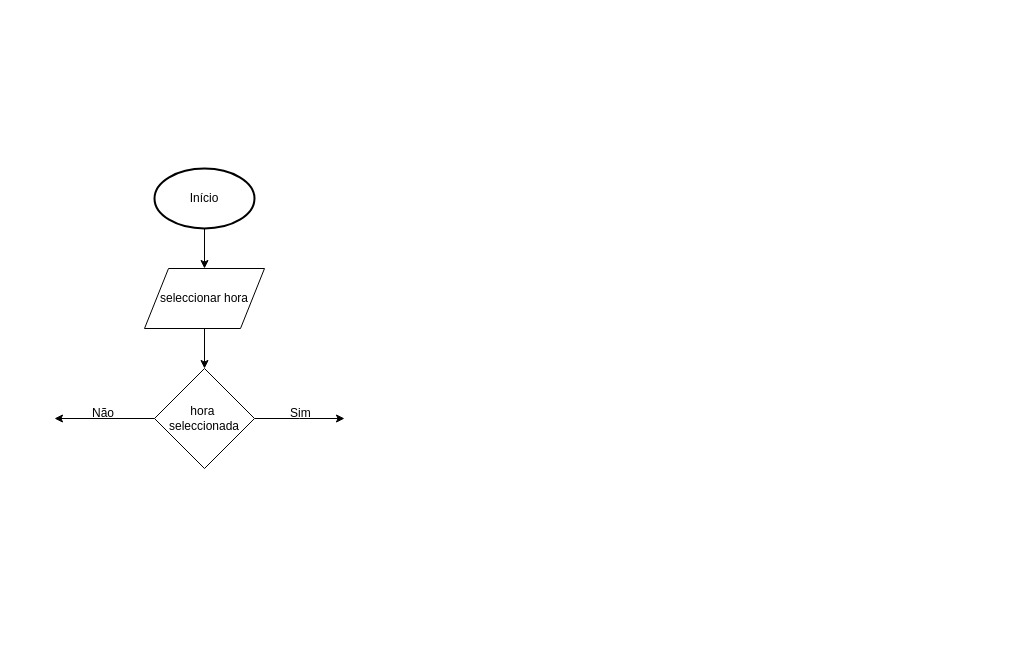
The draw.io diagram projeto/Docs/Fluxograma - Cálculo de horas disponíveis para entrevista.drawio in blestonbandeira/grs, before the edit. Source tidied: cells renumbered, new cells numbered last; positions are measured from the earlier drawing's top-left corner, leaving out a move shared by most shapes. Both pictures are drawn from the tidied source at 100%, with x=0, y=0 at pixel (54, 168).
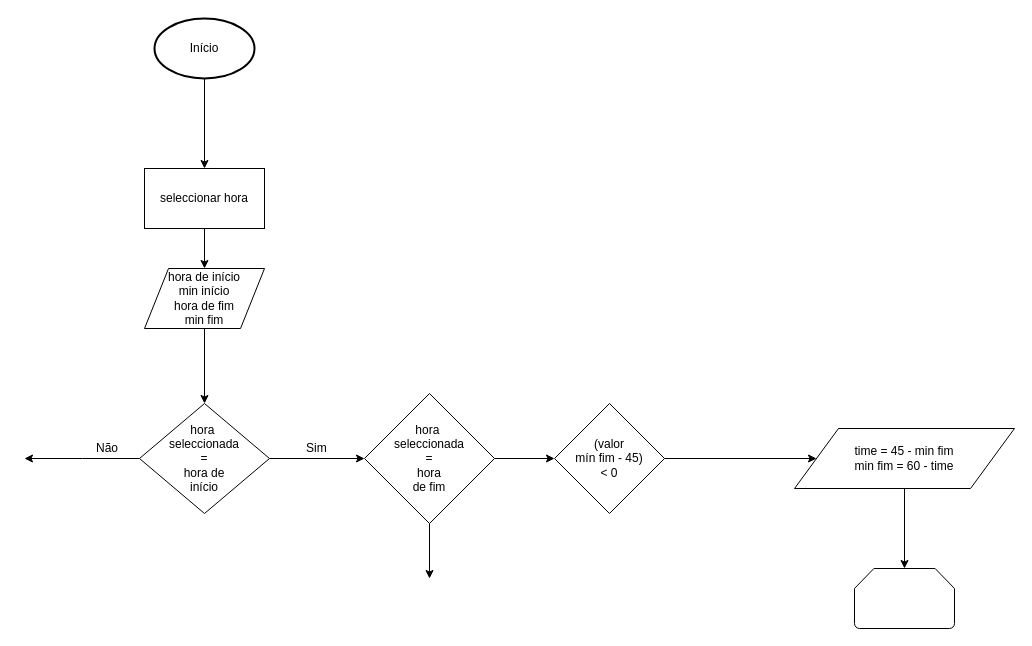
The same page after the edit.

The edit, as a diff of the source:
```diff
@@
-    <mxCell id="2" style="edgeStyle=orthogonalEdgeStyle;rounded=0;jettySize=auto;html=1;exitX=0.5;exitY=1;exitDx=0;exitDy=0;exitPerimeter=0;" parent="1" edge="1" source="3" target="5">
+    <mxCell id="2" style="edgeStyle=orthogonalEdgeStyle;rounded=0;jettySize=auto;html=1;exitX=0.5;exitY=1;exitDx=0;exitDy=0;exitPerimeter=0;entryX=0.5;entryY=0;entryDx=0;entryDy=0;" parent="1" edge="1" source="3" target="20">
       <mxGeometry relative="1" as="geometry" />
     </mxCell>
     <mxCell id="3" value="Início" style="strokeWidth=2;html=1;shape=mxgraph.flowchart.start_1;whiteSpace=wrap;" parent="1" vertex="1">
-      <mxGeometry x="100" width="100" height="60" as="geometry" />
+      <mxGeometry x="100" y="-150" width="100" height="60" as="geometry" />
     </mxCell>
@@
-    <mxCell id="5" value="seleccionar hora" style="shape=parallelogram;perimeter=parallelogramPerimeter;whiteSpace=wrap;html=1;" parent="1" vertex="1">
+    <mxCell id="5" value="hora de início&lt;br&gt;min início&lt;br&gt;hora de fim&lt;br&gt;min fim" style="shape=parallelogram;perimeter=parallelogramPerimeter;whiteSpace=wrap;html=1;" parent="1" vertex="1">
       <mxGeometry x="90" y="100" width="120" height="60" as="geometry" />
     </mxCell>
-    <mxCell id="6" style="edgeStyle=orthogonalEdgeStyle;rounded=0;jettySize=auto;html=1;" parent="1" edge="1" source="8">
-      <mxGeometry relative="1" as="geometry">
-        <mxPoint y="250" as="targetPoint" />
-      </mxGeometry>
-    </mxCell>
-    <mxCell id="7" style="edgeStyle=orthogonalEdgeStyle;rounded=0;jettySize=auto;html=1;" parent="1" edge="1" source="8">
-      <mxGeometry relative="1" as="geometry">
-        <mxPoint x="290" y="250" as="targetPoint" />
-      </mxGeometry>
+    <mxCell id="7" style="edgeStyle=orthogonalEdgeStyle;rounded=0;jettySize=auto;html=1;entryX=0;entryY=0.5;entryDx=0;entryDy=0;" parent="1" edge="1" source="8" target="14">
+      <mxGeometry relative="1" as="geometry" />
     </mxCell>
+    <mxCell id="11" style="edgeStyle=orthogonalEdgeStyle;rounded=0;jettySize=auto;html=1;" parent="1" edge="1" source="8">
+      <mxGeometry relative="1" as="geometry">
+        <mxPoint x="-30" y="290" as="targetPoint" />
+      </mxGeometry>
+    </mxCell>
-    <mxCell id="8" value="hora&amp;nbsp;&lt;br&gt;seleccionada" style="rhombus;whiteSpace=wrap;html=1;" parent="1" vertex="1">
-      <mxGeometry x="100" y="200" width="100" height="100" as="geometry" />
+    <mxCell id="8" value="hora&amp;nbsp;&lt;br&gt;seleccionada &lt;br&gt;=&lt;br&gt;hora de &lt;br&gt;início" style="rhombus;whiteSpace=wrap;html=1;" parent="1" vertex="1">
+      <mxGeometry x="85" y="235" width="130" height="110" as="geometry" />
     </mxCell>
     <mxCell id="9" value="Não" style="text;html=1;align=left;verticalAlign=top;spacingTop=-4;" parent="1" vertex="1">
-      <mxGeometry x="36" y="235" width="40" height="20" as="geometry" />
+      <mxGeometry x="40" y="270" width="40" height="20" as="geometry" />
     </mxCell>
     <mxCell id="10" value="Sim" style="text;html=1;align=left;verticalAlign=top;spacingTop=-4;" parent="1" vertex="1">
-      <mxGeometry x="234" y="235" width="40" height="20" as="geometry" />
+      <mxGeometry x="250" y="270" width="40" height="20" as="geometry" />
     </mxCell>
+    <mxCell id="12" style="edgeStyle=orthogonalEdgeStyle;rounded=0;jettySize=auto;html=1;" parent="1" edge="1" source="14">
+      <mxGeometry relative="1" as="geometry">
+        <mxPoint x="375" y="410" as="targetPoint" />
+      </mxGeometry>
+    </mxCell>
+    <mxCell id="13" style="edgeStyle=orthogonalEdgeStyle;rounded=0;jettySize=auto;html=1;entryX=0;entryY=0.5;entryDx=0;entryDy=0;" parent="1" edge="1" source="14" target="16">
+      <mxGeometry relative="1" as="geometry" />
+    </mxCell>
+    <mxCell id="14" value="hora&amp;nbsp;&lt;br&gt;seleccionada&lt;br&gt;=&lt;br&gt;hora &lt;br&gt;de fim" style="rhombus;whiteSpace=wrap;html=1;" parent="1" vertex="1">
+      <mxGeometry x="310" y="225" width="130" height="130" as="geometry" />
+    </mxCell>
+    <mxCell id="15" style="edgeStyle=orthogonalEdgeStyle;rounded=0;jettySize=auto;html=1;entryX=0;entryY=0.5;entryDx=0;entryDy=0;" parent="1" edge="1" source="16" target="18">
+      <mxGeometry relative="1" as="geometry" />
+    </mxCell>
+    <mxCell id="16" value="(valor &lt;br&gt;mín fim - 45) &lt;br&gt;&amp;lt; 0" style="rhombus;whiteSpace=wrap;html=1;" parent="1" vertex="1">
+      <mxGeometry x="500" y="235" width="110" height="110" as="geometry" />
+    </mxCell>
+    <mxCell id="17" style="edgeStyle=orthogonalEdgeStyle;rounded=0;jettySize=auto;html=1;exitX=0.5;exitY=1;exitDx=0;exitDy=0;entryX=0.5;entryY=0;entryDx=0;entryDy=0;entryPerimeter=0;" parent="1" edge="1" source="18" target="21">
+      <mxGeometry relative="1" as="geometry" />
+    </mxCell>
+    <mxCell id="18" value="time = 45 - min fim&lt;br&gt;min fim = 60 - time" style="shape=parallelogram;perimeter=parallelogramPerimeter;whiteSpace=wrap;html=1;" parent="1" vertex="1">
+      <mxGeometry x="740" y="260" width="220" height="60" as="geometry" />
+    </mxCell>
+    <mxCell id="19" style="edgeStyle=orthogonalEdgeStyle;rounded=0;jettySize=auto;html=1;entryX=0.5;entryY=0;entryDx=0;entryDy=0;" parent="1" edge="1" source="20" target="5">
+      <mxGeometry relative="1" as="geometry" />
+    </mxCell>
+    <mxCell id="20" value="&lt;span style=&quot;white-space: normal&quot;&gt;seleccionar hora&lt;/span&gt;" style="rounded=0;whiteSpace=wrap;html=1;" parent="1" vertex="1">
+      <mxGeometry x="90" width="120" height="60" as="geometry" />
+    </mxCell>
+    <mxCell id="21" style="strokeWidth=1;html=1;shape=mxgraph.flowchart.loop_limit;whiteSpace=wrap;" parent="1" vertex="1">
+      <mxGeometry x="800" y="400" width="100" height="60" as="geometry" />
+    </mxCell>
```
